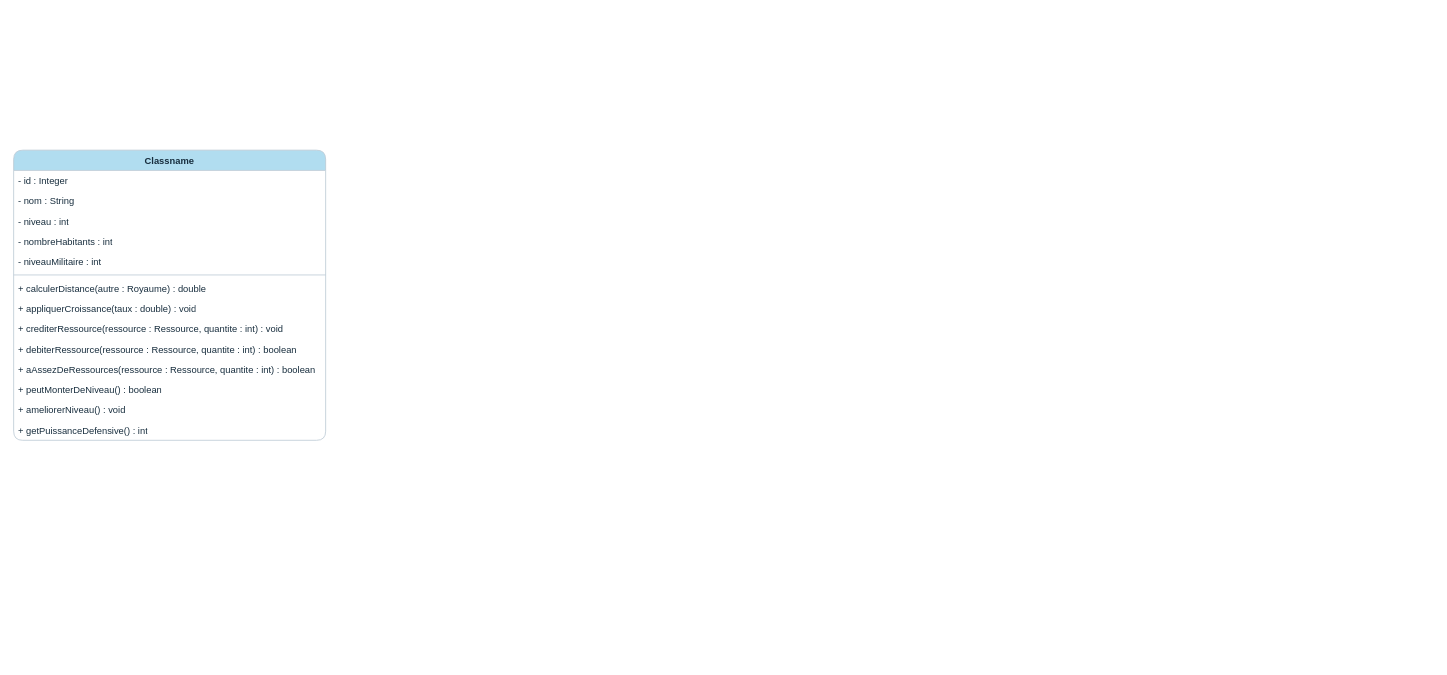
Earlier version of the draw.io diagram UML/diagrame_de_classes.drawio (XavierWatine/PROJET_ROYAUME_MEDIEVAL). Source tidied: cells renumbered, new cells numbered last; positions are measured from the earlier drawing's top-left corner, leaving out a move shared by most shapes. Both pictures are drawn from the tidied source at 78%, with x=0, y=0 at pixel (13, 150).
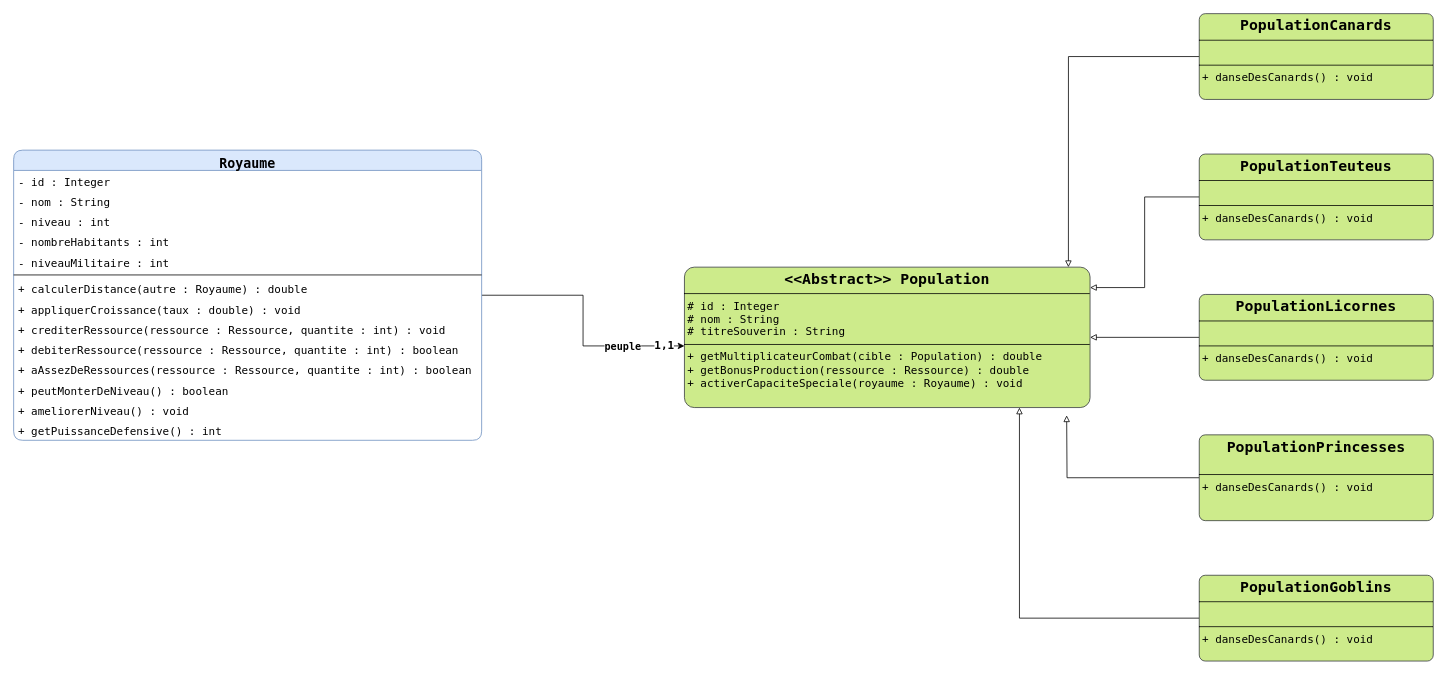
The same diagram, later.

Commit message (it also covers changes not shown here):
prise en main de l'outil, ajout des populations

What changed in the source:
```diff
@@
+    <mxCell id="17" value="1,1" style="edgeStyle=orthogonalEdgeStyle;rounded=0;jettySize=auto;html=1;entryX=0;entryY=0.561;entryDx=0;entryDy=0;fontSize=14;fontStyle=1;fontFamily=Lucida Console;" parent="1" edge="1" source="2" target="19">
+      <mxGeometry x="0.84" y="1" relative="1" as="geometry" />
+    </mxCell>
+    <mxCell id="18" value="peuple" style="edgeLabel;html=1;align=center;verticalAlign=middle;fontSize=13;fontStyle=1;fontFamily=Lucida Console;" parent="17" vertex="1">
+      <mxGeometry x="-0.03" y="1" relative="1" as="geometry">
+        <mxPoint x="49" y="37" as="offset" />
+      </mxGeometry>
+    </mxCell>
-    <mxCell id="2" value="Classname" style="swimlane;fontStyle=1;align=center;verticalAlign=top;horizontal=1;startSize=26;whiteSpace=wrap;html=1;rounded=1;roundedPerimeter=1;labelBackgroundColor=none;fillColor=#B1DDF0;strokeColor=#BAC8D3;fontColor=#182E3E;swimlaneFillColor=default;" parent="1" vertex="1">
-      <mxGeometry width="400" height="372" as="geometry" />
+    <mxCell id="2" value="&lt;font style=&quot;font-size: 17px;&quot;&gt;Royaume&lt;/font&gt;" style="swimlane;fontStyle=1;align=center;verticalAlign=top;horizontal=1;startSize=26;whiteSpace=wrap;html=1;rounded=1;roundedPerimeter=1;labelBackgroundColor=none;swimlaneFillColor=default;fillColor=#dae8fc;strokeColor=#6c8ebf;textShadow=0;fontSize=14;fontFamily=Lucida Console;" parent="1" vertex="1">
+      <mxGeometry width="600" height="372" as="geometry" />
     </mxCell>
-    <mxCell id="3" value="- id : Integer" style="text;strokeColor=none;fillColor=none;align=left;verticalAlign=top;spacingLeft=4;spacingRight=4;overflow=hidden;whiteSpace=wrap;html=1;rounded=1;roundedPerimeter=1;labelBackgroundColor=none;fontColor=#182E3E;" parent="2" vertex="1">
-      <mxGeometry y="26" width="400" height="26" as="geometry" />
+    <mxCell id="3" value="- id : Integer" style="text;strokeColor=none;fillColor=none;align=left;verticalAlign=top;spacingLeft=4;spacingRight=4;overflow=hidden;whiteSpace=wrap;html=1;rounded=1;roundedPerimeter=1;labelBackgroundColor=none;fontFamily=Lucida Console;fontSize=14;" parent="2" vertex="1">
+      <mxGeometry y="26" width="600" height="26" as="geometry" />
     </mxCell>
-    <mxCell id="4" value="- nom : String" style="text;strokeColor=none;fillColor=none;align=left;verticalAlign=top;spacingLeft=4;spacingRight=4;overflow=hidden;whiteSpace=wrap;html=1;rounded=1;roundedPerimeter=1;labelBackgroundColor=none;fontColor=#182E3E;" parent="2" vertex="1">
-      <mxGeometry y="52" width="400" height="26" as="geometry" />
+    <mxCell id="4" value="- nom : String" style="text;strokeColor=none;fillColor=none;align=left;verticalAlign=top;spacingLeft=4;spacingRight=4;overflow=hidden;whiteSpace=wrap;html=1;rounded=1;roundedPerimeter=1;labelBackgroundColor=none;fontFamily=Lucida Console;fontSize=14;" parent="2" vertex="1">
+      <mxGeometry y="52" width="600" height="26" as="geometry" />
     </mxCell>
-    <mxCell id="5" value="- niveau : int" style="text;strokeColor=none;fillColor=none;align=left;verticalAlign=top;spacingLeft=4;spacingRight=4;overflow=hidden;whiteSpace=wrap;html=1;rounded=1;roundedPerimeter=1;labelBackgroundColor=none;fontColor=#182E3E;" parent="2" vertex="1">
-      <mxGeometry y="78" width="400" height="26" as="geometry" />
+    <mxCell id="5" value="- niveau : int" style="text;strokeColor=none;fillColor=none;align=left;verticalAlign=top;spacingLeft=4;spacingRight=4;overflow=hidden;whiteSpace=wrap;html=1;rounded=1;roundedPerimeter=1;labelBackgroundColor=none;fontFamily=Lucida Console;fontSize=14;" parent="2" vertex="1">
+      <mxGeometry y="78" width="600" height="26" as="geometry" />
     </mxCell>
-    <mxCell id="6" value="- nombreHabitants : int" style="text;strokeColor=none;fillColor=none;align=left;verticalAlign=top;spacingLeft=4;spacingRight=4;overflow=hidden;whiteSpace=wrap;html=1;rounded=1;roundedPerimeter=1;labelBackgroundColor=none;fontColor=#182E3E;" parent="2" vertex="1">
-      <mxGeometry y="104" width="400" height="26" as="geometry" />
+    <mxCell id="6" value="- nombreHabitants : int" style="text;strokeColor=none;fillColor=none;align=left;verticalAlign=top;spacingLeft=4;spacingRight=4;overflow=hidden;whiteSpace=wrap;html=1;rounded=1;roundedPerimeter=1;labelBackgroundColor=none;fontFamily=Lucida Console;fontSize=14;" parent="2" vertex="1">
+      <mxGeometry y="104" width="600" height="26" as="geometry" />
     </mxCell>
-    <mxCell id="7" value="- niveauMilitaire : int" style="text;strokeColor=none;fillColor=none;align=left;verticalAlign=top;spacingLeft=4;spacingRight=4;overflow=hidden;whiteSpace=wrap;html=1;rounded=1;roundedPerimeter=1;labelBackgroundColor=none;fontColor=#182E3E;" parent="2" vertex="1">
-      <mxGeometry y="130" width="400" height="26" as="geometry" />
+    <mxCell id="7" value="- niveauMilitaire : int" style="text;strokeColor=none;fillColor=none;align=left;verticalAlign=top;spacingLeft=4;spacingRight=4;overflow=hidden;whiteSpace=wrap;html=1;rounded=1;roundedPerimeter=1;labelBackgroundColor=none;fontFamily=Lucida Console;fontSize=14;" parent="2" vertex="1">
+      <mxGeometry y="130" width="600" height="26" as="geometry" />
     </mxCell>
-    <mxCell id="8" style="line;strokeWidth=1;fillColor=none;align=left;verticalAlign=middle;spacingTop=-1;spacingLeft=3;spacingRight=3;labelPosition=right;strokeColor=#BAC8D3;rounded=1;roundedPerimeter=1;labelBackgroundColor=none;fontColor=#182E3E;" parent="2" vertex="1">
-      <mxGeometry y="156" width="400" height="8" as="geometry" />
+    <mxCell id="8" style="line;strokeWidth=1;fillColor=none;align=left;verticalAlign=middle;spacingTop=-1;spacingLeft=3;spacingRight=3;labelPosition=right;rounded=1;roundedPerimeter=1;labelBackgroundColor=none;fontFamily=Lucida Console;fontSize=14;" parent="2" vertex="1">
+      <mxGeometry y="156" width="600" height="8" as="geometry" />
     </mxCell>
-    <mxCell id="9" value="+ calculerDistance(autre : Royaume) : double" style="text;strokeColor=none;fillColor=none;align=left;verticalAlign=top;spacingLeft=4;spacingRight=4;overflow=hidden;whiteSpace=wrap;html=1;rounded=1;roundedPerimeter=1;labelBackgroundColor=none;fontColor=#182E3E;" parent="2" vertex="1">
-      <mxGeometry y="164" width="400" height="26" as="geometry" />
+    <mxCell id="9" value="+ calculerDistance(autre : Royaume) : double" style="text;strokeColor=none;fillColor=none;align=left;verticalAlign=top;spacingLeft=4;spacingRight=4;overflow=hidden;whiteSpace=wrap;html=1;rounded=1;roundedPerimeter=1;labelBackgroundColor=none;fontFamily=Lucida Console;convertToSvg=0;svgWhiteSpace=wrap;fontSize=14;" parent="2" vertex="1">
+      <mxGeometry y="164" width="600" height="26" as="geometry" />
     </mxCell>
-    <mxCell id="10" value="+ appliquerCroissance(taux : double) : void" style="text;strokeColor=none;fillColor=none;align=left;verticalAlign=top;spacingLeft=4;spacingRight=4;overflow=hidden;whiteSpace=wrap;html=1;rounded=1;roundedPerimeter=1;labelBackgroundColor=none;fontColor=#182E3E;" parent="2" vertex="1">
-      <mxGeometry y="190" width="400" height="26" as="geometry" />
+    <mxCell id="10" value="+ appliquerCroissance(taux : double) : void" style="text;strokeColor=none;fillColor=none;align=left;verticalAlign=top;spacingLeft=4;spacingRight=4;overflow=hidden;whiteSpace=wrap;html=1;rounded=1;roundedPerimeter=1;labelBackgroundColor=none;fontFamily=Lucida Console;fontSize=14;" parent="2" vertex="1">
+      <mxGeometry y="190" width="600" height="26" as="geometry" />
     </mxCell>
-    <mxCell id="11" value="+ crediterRessource(ressource : Ressource, quantite : int) : void" style="text;strokeColor=none;fillColor=none;align=left;verticalAlign=top;spacingLeft=4;spacingRight=4;overflow=hidden;whiteSpace=wrap;html=1;rounded=1;roundedPerimeter=1;labelBackgroundColor=none;fontColor=#182E3E;" parent="2" vertex="1">
-      <mxGeometry y="216" width="400" height="26" as="geometry" />
+    <mxCell id="11" value="+ crediterRessource(ressource : Ressource, quantite : int) : void" style="text;strokeColor=none;fillColor=none;align=left;verticalAlign=top;spacingLeft=4;spacingRight=4;overflow=hidden;whiteSpace=wrap;html=1;rounded=1;roundedPerimeter=1;labelBackgroundColor=none;fontFamily=Lucida Console;fontSize=14;" parent="2" vertex="1">
+      <mxGeometry y="216" width="600" height="26" as="geometry" />
     </mxCell>
-    <mxCell id="12" value="+ debiterRessource(ressource : Ressource, quantite : int) : boolean" style="text;strokeColor=none;fillColor=none;align=left;verticalAlign=top;spacingLeft=4;spacingRight=4;overflow=hidden;whiteSpace=wrap;html=1;rounded=1;roundedPerimeter=1;labelBackgroundColor=none;fontColor=#182E3E;" parent="2" vertex="1">
-      <mxGeometry y="242" width="400" height="26" as="geometry" />
+    <mxCell id="12" value="+ debiterRessource(ressource : Ressource, quantite : int) : boolean" style="text;strokeColor=none;fillColor=none;align=left;verticalAlign=top;spacingLeft=4;spacingRight=4;overflow=hidden;whiteSpace=wrap;html=1;rounded=1;roundedPerimeter=1;labelBackgroundColor=none;fontFamily=Lucida Console;fontSize=14;" parent="2" vertex="1">
+      <mxGeometry y="242" width="600" height="26" as="geometry" />
     </mxCell>
-    <mxCell id="13" value="+ aAssezDeRessources(ressource : Ressource, quantite : int) : boolean" style="text;strokeColor=none;fillColor=none;align=left;verticalAlign=top;spacingLeft=4;spacingRight=4;overflow=hidden;whiteSpace=wrap;html=1;rounded=1;roundedPerimeter=1;labelBackgroundColor=none;fontColor=#182E3E;" parent="2" vertex="1">
-      <mxGeometry y="268" width="400" height="26" as="geometry" />
+    <mxCell id="13" value="+ aAssezDeRessources(ressource : Ressource, quantite : int) : boolean" style="text;strokeColor=none;fillColor=none;align=left;verticalAlign=top;spacingLeft=4;spacingRight=4;overflow=hidden;whiteSpace=wrap;html=1;rounded=1;roundedPerimeter=1;labelBackgroundColor=none;fontFamily=Lucida Console;fontSize=14;" parent="2" vertex="1">
+      <mxGeometry y="268" width="600" height="26" as="geometry" />
     </mxCell>
-    <mxCell id="14" value="+ peutMonterDeNiveau() : boolean" style="text;strokeColor=none;fillColor=none;align=left;verticalAlign=top;spacingLeft=4;spacingRight=4;overflow=hidden;whiteSpace=wrap;html=1;rounded=1;roundedPerimeter=1;labelBackgroundColor=none;fontColor=#182E3E;" parent="2" vertex="1">
-      <mxGeometry y="294" width="400" height="26" as="geometry" />
+    <mxCell id="14" value="+ peutMonterDeNiveau() : boolean" style="text;strokeColor=none;fillColor=none;align=left;verticalAlign=top;spacingLeft=4;spacingRight=4;overflow=hidden;whiteSpace=wrap;html=1;rounded=1;roundedPerimeter=1;labelBackgroundColor=none;fontFamily=Lucida Console;fontSize=14;" parent="2" vertex="1">
+      <mxGeometry y="294" width="600" height="26" as="geometry" />
     </mxCell>
-    <mxCell id="15" value="+ ameliorerNiveau() : void" style="text;strokeColor=none;fillColor=none;align=left;verticalAlign=top;spacingLeft=4;spacingRight=4;overflow=hidden;whiteSpace=wrap;html=1;rounded=1;roundedPerimeter=1;labelBackgroundColor=none;fontColor=#182E3E;" parent="2" vertex="1">
-      <mxGeometry y="320" width="400" height="26" as="geometry" />
+    <mxCell id="15" value="+ ameliorerNiveau() : void" style="text;strokeColor=none;fillColor=none;align=left;verticalAlign=top;spacingLeft=4;spacingRight=4;overflow=hidden;whiteSpace=wrap;html=1;rounded=1;roundedPerimeter=1;labelBackgroundColor=none;fontFamily=Lucida Console;fontSize=14;" parent="2" vertex="1">
+      <mxGeometry y="320" width="600" height="26" as="geometry" />
     </mxCell>
-    <mxCell id="16" value="+ getPuissanceDefensive() : int" style="text;strokeColor=none;fillColor=none;align=left;verticalAlign=top;spacingLeft=4;spacingRight=4;overflow=hidden;whiteSpace=wrap;html=1;rounded=1;roundedPerimeter=1;labelBackgroundColor=none;fontColor=#182E3E;" parent="2" vertex="1">
-      <mxGeometry y="346" width="400" height="26" as="geometry" />
+    <mxCell id="16" value="+ getPuissanceDefensive() : int" style="text;strokeColor=none;fillColor=none;align=left;verticalAlign=top;spacingLeft=4;spacingRight=4;overflow=hidden;whiteSpace=wrap;html=1;rounded=1;roundedPerimeter=1;labelBackgroundColor=none;fontFamily=Lucida Console;fontSize=14;" parent="2" vertex="1">
+      <mxGeometry y="346" width="600" height="26" as="geometry" />
     </mxCell>
+    <mxCell id="19" value="&lt;p style=&quot;margin:0px;margin-top:4px;text-align:center;&quot;&gt;&lt;b&gt;&lt;font style=&quot;font-size: 19px;&quot;&gt;&amp;lt;&amp;lt;Abstract&amp;gt;&amp;gt; Population&lt;/font&gt;&lt;/b&gt;&lt;/p&gt;&lt;hr size=&quot;1&quot; style=&quot;border-style:solid;&quot;&gt;&lt;p style=&quot;margin:0px;margin-left:4px;&quot;&gt;&lt;span style=&quot;font-weight: normal;&quot;&gt;# id : Integer&lt;/span&gt;&lt;/p&gt;&lt;p style=&quot;margin:0px;margin-left:4px;&quot;&gt;&lt;span style=&quot;font-weight: normal;&quot;&gt;# nom : String&lt;/span&gt;&lt;/p&gt;&lt;p style=&quot;margin:0px;margin-left:4px;&quot;&gt;&lt;span style=&quot;font-weight: normal;&quot;&gt;# titreSouverin : String&lt;/span&gt;&lt;/p&gt;&lt;hr size=&quot;1&quot; style=&quot;border-style:solid;&quot;&gt;&lt;p style=&quot;margin:0px;margin-left:4px;&quot;&gt;&lt;span style=&quot;font-weight: normal;&quot;&gt;+ getMultiplicateurCombat(cible : Population) : double&lt;/span&gt;&lt;/p&gt;&lt;p style=&quot;margin:0px;margin-left:4px;&quot;&gt;&lt;span style=&quot;font-weight: normal;&quot;&gt;+&amp;nbsp;getBonusProduction(ressource : Ressource) : double&lt;/span&gt;&lt;/p&gt;&lt;p style=&quot;margin:0px;margin-left:4px;&quot;&gt;&lt;span style=&quot;font-weight: normal;&quot;&gt;+&amp;nbsp;activerCapaciteSpeciale(royaume : Royaume) : void&lt;/span&gt;&lt;/p&gt;" style="verticalAlign=top;align=left;overflow=fill;html=1;rounded=1;strokeColor=#36393d;swimlaneFillColor=default;fontFamily=Lucida Console;fontSize=14;fontStyle=1;labelBackgroundColor=none;horizontal=1;fillColor=#cdeb8b;roundedPerimeter=1;whiteSpace=wrap;arcSize=7;" parent="1" vertex="1">
+      <mxGeometry x="860" y="150" width="520" height="180" as="geometry" />
+    </mxCell>
+    <mxCell id="20" style="edgeStyle=orthogonalEdgeStyle;rounded=0;jettySize=auto;html=1;entryX=0.927;entryY=0.022;entryDx=0;entryDy=0;endArrow=block;endFill=0;" parent="1" edge="1" source="21" target="19">
+      <mxGeometry relative="1" as="geometry" />
+    </mxCell>
+    <mxCell id="21" value="&lt;p style=&quot;margin:0px;margin-top:4px;text-align:center;&quot;&gt;&lt;b&gt;&lt;font style=&quot;font-size: 19px;&quot;&gt;PopulationCanards&lt;/font&gt;&lt;/b&gt;&lt;/p&gt;&lt;hr size=&quot;1&quot; style=&quot;border-style:solid;&quot;&gt;&lt;p style=&quot;margin:0px;margin-left:4px;&quot;&gt;&lt;br&gt;&lt;/p&gt;&lt;hr size=&quot;1&quot; style=&quot;border-style:solid;&quot;&gt;&lt;p style=&quot;margin:0px;margin-left:4px;&quot;&gt;&lt;span style=&quot;font-weight: 400;&quot;&gt;+ danseDesCanards() : void&lt;/span&gt;&lt;/p&gt;" style="verticalAlign=top;align=left;overflow=fill;html=1;rounded=1;strokeColor=#36393d;swimlaneFillColor=default;fontFamily=Lucida Console;fontSize=14;fontStyle=1;labelBackgroundColor=none;horizontal=1;fillColor=#cdeb8b;roundedPerimeter=1;whiteSpace=wrap;arcSize=7;" parent="1" vertex="1">
+      <mxGeometry x="1520" y="-175" width="300" height="110" as="geometry" />
+    </mxCell>
+    <mxCell id="22" style="edgeStyle=orthogonalEdgeStyle;rounded=0;jettySize=auto;html=1;entryX=1.002;entryY=0.144;entryDx=0;entryDy=0;endArrow=block;endFill=0;" parent="1" edge="1" source="23" target="19">
+      <mxGeometry relative="1" as="geometry" />
+    </mxCell>
+    <mxCell id="23" value="&lt;p style=&quot;margin:0px;margin-top:4px;text-align:center;&quot;&gt;&lt;b&gt;&lt;font style=&quot;font-size: 19px;&quot;&gt;PopulationTeuteus&lt;/font&gt;&lt;/b&gt;&lt;/p&gt;&lt;hr size=&quot;1&quot; style=&quot;border-style:solid;&quot;&gt;&lt;p style=&quot;margin:0px;margin-left:4px;&quot;&gt;&lt;br&gt;&lt;/p&gt;&lt;hr size=&quot;1&quot; style=&quot;border-style:solid;&quot;&gt;&lt;p style=&quot;margin:0px;margin-left:4px;&quot;&gt;&lt;span style=&quot;font-weight: 400;&quot;&gt;+ danseDesCanards() : void&lt;/span&gt;&lt;/p&gt;" style="verticalAlign=top;align=left;overflow=fill;html=1;rounded=1;strokeColor=#36393d;swimlaneFillColor=default;fontFamily=Lucida Console;fontSize=14;fontStyle=1;labelBackgroundColor=none;horizontal=1;fillColor=#cdeb8b;roundedPerimeter=1;whiteSpace=wrap;arcSize=7;" parent="1" vertex="1">
+      <mxGeometry x="1520" y="5" width="300" height="110" as="geometry" />
+    </mxCell>
+    <mxCell id="24" style="edgeStyle=orthogonalEdgeStyle;rounded=0;jettySize=auto;html=1;endArrow=block;endFill=0;" parent="1" edge="1" source="25" target="19">
+      <mxGeometry relative="1" as="geometry" />
+    </mxCell>
+    <mxCell id="25" value="&lt;p style=&quot;margin:0px;margin-top:4px;text-align:center;&quot;&gt;&lt;b&gt;&lt;font style=&quot;font-size: 19px;&quot;&gt;PopulationLicornes&lt;/font&gt;&lt;/b&gt;&lt;/p&gt;&lt;hr size=&quot;1&quot; style=&quot;border-style:solid;&quot;&gt;&lt;p style=&quot;margin:0px;margin-left:4px;&quot;&gt;&lt;br&gt;&lt;/p&gt;&lt;hr size=&quot;1&quot; style=&quot;border-style:solid;&quot;&gt;&lt;p style=&quot;margin:0px;margin-left:4px;&quot;&gt;&lt;span style=&quot;font-weight: 400;&quot;&gt;+ danseDesCanards() : void&lt;/span&gt;&lt;/p&gt;" style="verticalAlign=top;align=left;overflow=fill;html=1;rounded=1;strokeColor=#36393d;swimlaneFillColor=default;fontFamily=Lucida Console;fontSize=14;fontStyle=1;labelBackgroundColor=none;horizontal=1;fillColor=#cdeb8b;roundedPerimeter=1;whiteSpace=wrap;arcSize=7;" parent="1" vertex="1">
+      <mxGeometry x="1520" y="185" width="300" height="110" as="geometry" />
+    </mxCell>
+    <mxCell id="26" style="edgeStyle=orthogonalEdgeStyle;rounded=0;jettySize=auto;html=1;endArrow=block;endFill=0;" parent="1" edge="1" source="27">
+      <mxGeometry relative="1" as="geometry">
+        <mxPoint x="1350" y="340" as="targetPoint" />
+      </mxGeometry>
+    </mxCell>
+    <mxCell id="27" value="&lt;p style=&quot;margin:0px;margin-top:4px;text-align:center;&quot;&gt;&lt;b&gt;&lt;font style=&quot;font-size: 19px;&quot;&gt;PopulationPrincesses&lt;/font&gt;&lt;/b&gt;&lt;/p&gt;&lt;p style=&quot;margin:0px;margin-left:4px;&quot;&gt;&lt;br&gt;&lt;/p&gt;&lt;hr size=&quot;1&quot; style=&quot;border-style:solid;&quot;&gt;&lt;p style=&quot;margin:0px;margin-left:4px;&quot;&gt;&lt;span style=&quot;font-weight: 400;&quot;&gt;+ danseDesCanards() : void&lt;/span&gt;&lt;/p&gt;" style="verticalAlign=top;align=left;overflow=fill;html=1;rounded=1;strokeColor=#36393d;swimlaneFillColor=default;fontFamily=Lucida Console;fontSize=14;fontStyle=1;labelBackgroundColor=none;horizontal=1;fillColor=#cdeb8b;roundedPerimeter=1;whiteSpace=wrap;arcSize=7;" parent="1" vertex="1">
+      <mxGeometry x="1520" y="365" width="300" height="110" as="geometry" />
+    </mxCell>
+    <mxCell id="28" style="edgeStyle=orthogonalEdgeStyle;rounded=0;jettySize=auto;html=1;entryX=0.837;entryY=1.017;entryDx=0;entryDy=0;endArrow=block;endFill=0;" parent="1" edge="1" source="29" target="19">
+      <mxGeometry relative="1" as="geometry" />
+    </mxCell>
+    <mxCell id="29" value="&lt;p style=&quot;margin:0px;margin-top:4px;text-align:center;&quot;&gt;&lt;b&gt;&lt;font style=&quot;font-size: 19px;&quot;&gt;PopulationGoblins&lt;/font&gt;&lt;/b&gt;&lt;/p&gt;&lt;hr size=&quot;1&quot; style=&quot;border-style:solid;&quot;&gt;&lt;p style=&quot;margin:0px;margin-left:4px;&quot;&gt;&lt;br&gt;&lt;/p&gt;&lt;hr size=&quot;1&quot; style=&quot;border-style:solid;&quot;&gt;&lt;p style=&quot;margin:0px;margin-left:4px;&quot;&gt;&lt;span style=&quot;font-weight: 400;&quot;&gt;+ danseDesCanards() : void&lt;/span&gt;&lt;/p&gt;" style="verticalAlign=top;align=left;overflow=fill;html=1;rounded=1;strokeColor=#36393d;swimlaneFillColor=default;fontFamily=Lucida Console;fontSize=14;fontStyle=1;labelBackgroundColor=none;horizontal=1;fillColor=#cdeb8b;roundedPerimeter=1;whiteSpace=wrap;arcSize=7;" parent="1" vertex="1">
+      <mxGeometry x="1520" y="545" width="300" height="110" as="geometry" />
+    </mxCell>
```
